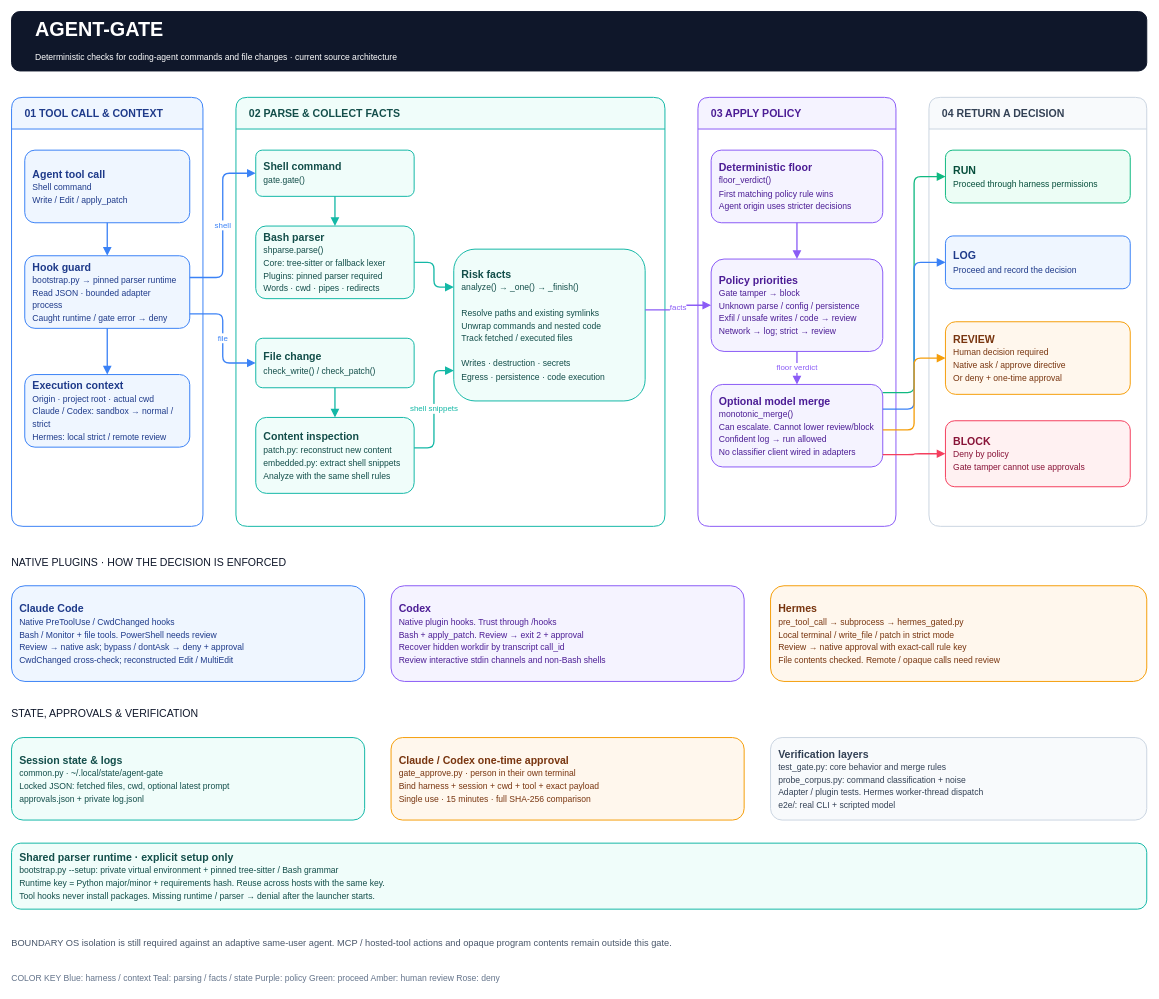
Before: agent-gate-architecture.drawio in subhashdasyam/agent-gate, a draw.io diagram. Source tidied: cells renumbered, new cells numbered last; positions are measured from the earlier drawing's top-left corner, leaving out a move shared by most shapes. Both pictures are drawn from the tidied source at 66%, with x=0, y=0 at pixel (11, 11).
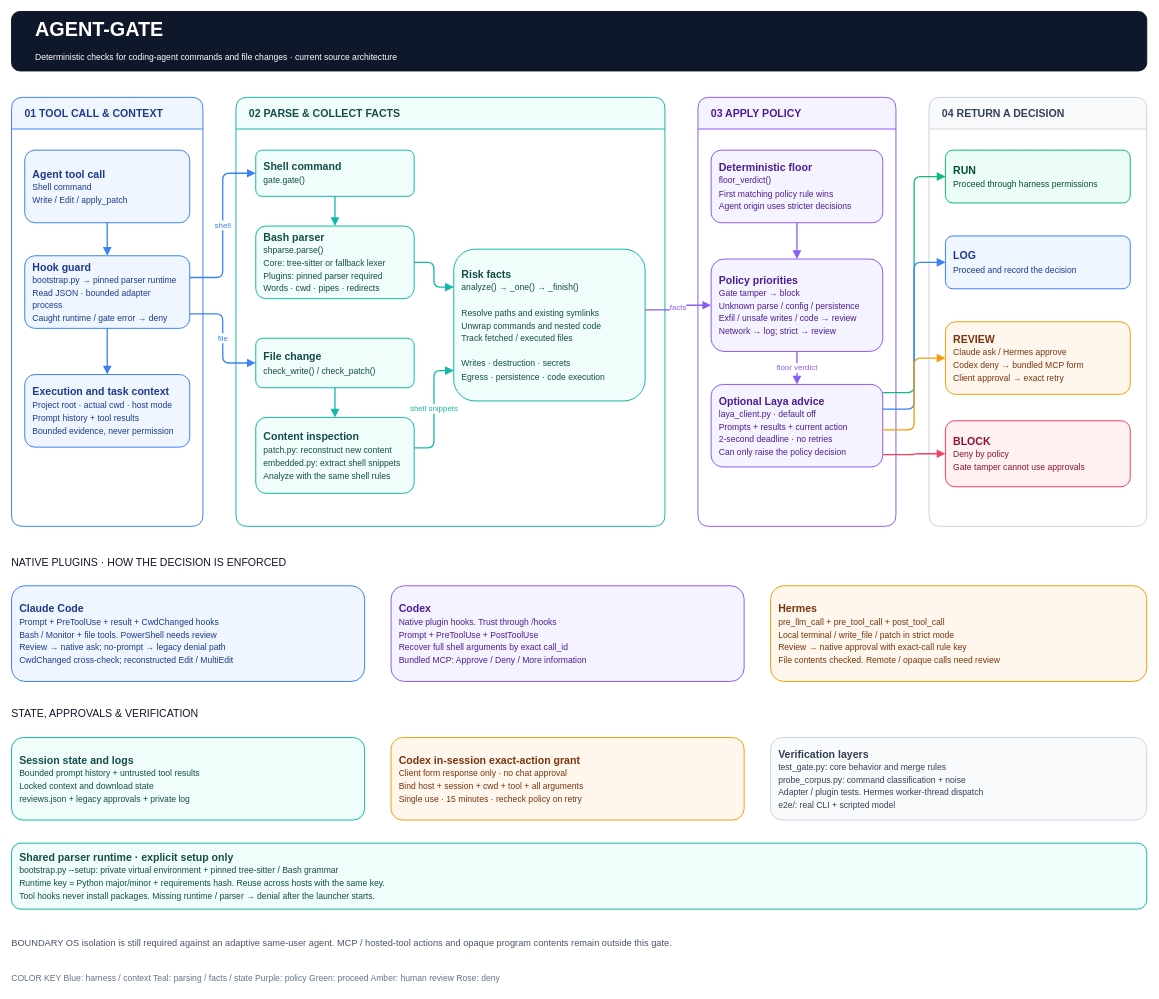
The same diagram, later.

The change refers to these unchanged cells:
```xml
<mxCell id="3" value="01   TOOL CALL &amp; CONTEXT" style="swimlane;horizontal=1;startSize=48;rounded=1;arcSize=12;html=1;fontFamily=Helvetica;fontSize=16;fontStyle=1;align=left;spacingLeft=18;fillColor=#EFF6FF;swimlaneFillColor=#FFFFFF;strokeColor=#3B82F6;fontColor=#1E3A8A;strokeWidth=1.5;" parent="1" vertex="1">
  <mxGeometry y="130" width="290" height="650" as="geometry" />
</mxCell>
<mxCell id="5" value="03   APPLY POLICY" style="swimlane;horizontal=1;startSize=48;rounded=1;arcSize=12;html=1;fontFamily=Helvetica;fontSize=16;fontStyle=1;align=left;spacingLeft=18;fillColor=#F5F3FF;swimlaneFillColor=#FFFFFF;strokeColor=#8B5CF6;fontColor=#4C1D95;strokeWidth=1.5;" parent="1" vertex="1">
  <mxGeometry x="1040" y="130" width="300" height="650" as="geometry" />
</mxCell>
<mxCell id="6" value="04   RETURN A DECISION" style="swimlane;horizontal=1;startSize=48;rounded=1;arcSize=12;html=1;fontFamily=Helvetica;fontSize=16;fontStyle=1;align=left;spacingLeft=18;fillColor=#F8FAFC;swimlaneFillColor=#FFFFFF;strokeColor=#CBD5E1;fontColor=#334155;strokeWidth=1.5;" parent="1" vertex="1">
  <mxGeometry x="1390" y="130" width="330" height="650" as="geometry" />
</mxCell>
```

Change to the diagram source:
```diff
@@
-    <mxCell id="9" value="&lt;b&gt;Execution context&lt;/b&gt;&lt;br&gt;&lt;font style=&quot;font-size:13px&quot;&gt;Origin · project root · actual cwd&lt;br&gt;Claude / Codex: sandbox → normal / strict&lt;br&gt;Hermes: local strict / remote review&lt;/font&gt;" style="rounded=1;arcSize=14;whiteSpace=wrap;html=1;fontFamily=Helvetica;fontSize=16;fillColor=#EFF6FF;strokeColor=#3B82F6;fontColor=#1E3A8A;strokeWidth=1.5;spacing=12;align=left;verticalAlign=middle;" parent="3" vertex="1">
+    <mxCell id="9" value="&lt;b&gt;Execution and task context&lt;/b&gt;&lt;br&gt;&lt;font style=&quot;font-size:13px&quot;&gt;Project root · actual cwd · host mode&lt;br&gt;Prompt history + tool results&lt;br&gt;Bounded evidence, never permission&lt;/font&gt;" style="rounded=1;arcSize=14;whiteSpace=wrap;html=1;fontFamily=Helvetica;fontSize=16;fillColor=#EFF6FF;strokeColor=#3B82F6;fontColor=#1E3A8A;strokeWidth=1.5;spacing=12;align=left;verticalAlign=middle;" parent="3" vertex="1">
       <mxGeometry x="20" y="420" width="250" height="110" as="geometry" />
     </mxCell>
@@
-    <mxCell id="17" value="&lt;b&gt;Optional model merge&lt;/b&gt;&lt;br&gt;&lt;font style=&quot;font-size:13px&quot;&gt;monotonic_merge()&lt;br&gt;Can escalate. Cannot lower review/block&lt;br&gt;Confident log → run allowed&lt;br&gt;No classifier client wired in adapters&lt;/font&gt;" style="rounded=1;arcSize=14;whiteSpace=wrap;html=1;fontFamily=Helvetica;fontSize=16;fillColor=#F5F3FF;strokeColor=#8B5CF6;fontColor=#4C1D95;strokeWidth=1.5;spacing=12;align=left;verticalAlign=middle;" parent="5" vertex="1">
+    <mxCell id="17" value="&lt;b&gt;Optional Laya advice&lt;/b&gt;&lt;br&gt;&lt;font style=&quot;font-size:13px&quot;&gt;laya_client.py · default off&lt;br&gt;Prompts + results + current action&lt;br&gt;2-second deadline · no retries&lt;br&gt;Can only raise the policy decision&lt;/font&gt;" style="rounded=1;arcSize=14;whiteSpace=wrap;html=1;fontFamily=Helvetica;fontSize=16;fillColor=#F5F3FF;strokeColor=#8B5CF6;fontColor=#4C1D95;strokeWidth=1.5;spacing=12;align=left;verticalAlign=middle;" parent="5" vertex="1">
       <mxGeometry x="20" y="435" width="260" height="125" as="geometry" />
     </mxCell>
@@
-    <mxCell id="20" value="&lt;b&gt;REVIEW&lt;/b&gt;&lt;br&gt;&lt;font style=&quot;font-size:13px&quot;&gt;Human decision required&lt;br&gt;Native ask / approve directive&lt;br&gt;Or deny + one-time approval&lt;/font&gt;" style="rounded=1;arcSize=14;whiteSpace=wrap;html=1;fontFamily=Helvetica;fontSize=16;fillColor=#FFF7ED;strokeColor=#F59E0B;fontColor=#78350F;strokeWidth=1.5;spacing=12;align=left;verticalAlign=middle;" parent="6" vertex="1">
+    <mxCell id="20" value="&lt;b&gt;REVIEW&lt;/b&gt;&lt;br&gt;&lt;font style=&quot;font-size:13px&quot;&gt;Claude ask / Hermes approve&lt;br&gt;Codex deny → bundled MCP form&lt;br&gt;Client approval → exact retry&lt;/font&gt;" style="rounded=1;arcSize=14;whiteSpace=wrap;html=1;fontFamily=Helvetica;fontSize=16;fillColor=#FFF7ED;strokeColor=#F59E0B;fontColor=#78350F;strokeWidth=1.5;spacing=12;align=left;verticalAlign=middle;" parent="6" vertex="1">
       <mxGeometry x="25" y="340" width="280" height="110" as="geometry" />
     </mxCell>
@@
-    <mxCell id="38" value="&lt;b&gt;Claude Code&lt;/b&gt;&lt;br&gt;&lt;font style=&quot;font-size:13px&quot;&gt;Native PreToolUse / CwdChanged hooks&lt;br&gt;Bash / Monitor + file tools. PowerShell needs review&lt;br&gt;Review → native ask; bypass / dontAsk → deny + approval&lt;br&gt;CwdChanged cross-check; reconstructed Edit / MultiEdit&lt;/font&gt;" style="rounded=1;arcSize=14;whiteSpace=wrap;html=1;fontFamily=Helvetica;fontSize=16;fillColor=#EFF6FF;strokeColor=#3B82F6;fontColor=#1E3A8A;strokeWidth=1.5;spacing=12;align=left;verticalAlign=middle;" parent="1" vertex="1">
+    <mxCell id="38" value="&lt;b&gt;Claude Code&lt;/b&gt;&lt;br&gt;&lt;font style=&quot;font-size:13px&quot;&gt;Prompt + PreToolUse + result + CwdChanged hooks&lt;br&gt;Bash / Monitor + file tools. PowerShell needs review&lt;br&gt;Review → native ask; no-prompt → legacy denial path&lt;br&gt;CwdChanged cross-check; reconstructed Edit / MultiEdit&lt;/font&gt;" style="rounded=1;arcSize=14;whiteSpace=wrap;html=1;fontFamily=Helvetica;fontSize=16;fillColor=#EFF6FF;strokeColor=#3B82F6;fontColor=#1E3A8A;strokeWidth=1.5;spacing=12;align=left;verticalAlign=middle;" parent="1" vertex="1">
       <mxGeometry y="870" width="535" height="145" as="geometry" />
     </mxCell>
-    <mxCell id="39" value="&lt;b&gt;Codex&lt;/b&gt;&lt;br&gt;&lt;font style=&quot;font-size:13px&quot;&gt;Native plugin hooks. Trust through /hooks&lt;br&gt;Bash + apply_patch. Review → exit 2 + approval&lt;br&gt;Recover hidden workdir by transcript call_id&lt;br&gt;Review interactive stdin channels and non-Bash shells&lt;/font&gt;" style="rounded=1;arcSize=14;whiteSpace=wrap;html=1;fontFamily=Helvetica;fontSize=16;fillColor=#F5F3FF;strokeColor=#8B5CF6;fontColor=#4C1D95;strokeWidth=1.5;spacing=12;align=left;verticalAlign=middle;" parent="1" vertex="1">
+    <mxCell id="39" value="&lt;b&gt;Codex&lt;/b&gt;&lt;br&gt;&lt;font style=&quot;font-size:13px&quot;&gt;Native plugin hooks. Trust through /hooks&lt;br&gt;Prompt + PreToolUse + PostToolUse&lt;br&gt;Recover full shell arguments by exact call_id&lt;br&gt;Bundled MCP: Approve / Deny / More information&lt;/font&gt;" style="rounded=1;arcSize=14;whiteSpace=wrap;html=1;fontFamily=Helvetica;fontSize=16;fillColor=#F5F3FF;strokeColor=#8B5CF6;fontColor=#4C1D95;strokeWidth=1.5;spacing=12;align=left;verticalAlign=middle;" parent="1" vertex="1">
       <mxGeometry x="575" y="870" width="535" height="145" as="geometry" />
     </mxCell>
-    <mxCell id="40" value="&lt;b&gt;Hermes&lt;/b&gt;&lt;br&gt;&lt;font style=&quot;font-size:13px&quot;&gt;pre_tool_call → subprocess → hermes_gated.py&lt;br&gt;Local terminal / write_file / patch in strict mode&lt;br&gt;Review → native approval with exact-call rule key&lt;br&gt;File contents checked. Remote / opaque calls need review&lt;/font&gt;" style="rounded=1;arcSize=14;whiteSpace=wrap;html=1;fontFamily=Helvetica;fontSize=16;fillColor=#FFF7ED;strokeColor=#F59E0B;fontColor=#78350F;strokeWidth=1.5;spacing=12;align=left;verticalAlign=middle;" parent="1" vertex="1">
+    <mxCell id="40" value="&lt;b&gt;Hermes&lt;/b&gt;&lt;br&gt;&lt;font style=&quot;font-size:13px&quot;&gt;pre_llm_call + pre_tool_call + post_tool_call&lt;br&gt;Local terminal / write_file / patch in strict mode&lt;br&gt;Review → native approval with exact-call rule key&lt;br&gt;File contents checked. Remote / opaque calls need review&lt;/font&gt;" style="rounded=1;arcSize=14;whiteSpace=wrap;html=1;fontFamily=Helvetica;fontSize=16;fillColor=#FFF7ED;strokeColor=#F59E0B;fontColor=#78350F;strokeWidth=1.5;spacing=12;align=left;verticalAlign=middle;" parent="1" vertex="1">
       <mxGeometry x="1150" y="870" width="570" height="145" as="geometry" />
     </mxCell>
@@
-    <mxCell id="42" value="&lt;b&gt;Session state &amp; logs&lt;/b&gt;&lt;br&gt;&lt;font style=&quot;font-size:13px&quot;&gt;common.py · ~/.local/state/agent-gate&lt;br&gt;Locked JSON: fetched files, cwd, optional latest prompt&lt;br&gt;approvals.json + private log.jsonl&lt;/font&gt;" style="rounded=1;arcSize=14;whiteSpace=wrap;html=1;fontFamily=Helvetica;fontSize=16;fillColor=#F0FDFA;strokeColor=#14B8A6;fontColor=#134E4A;strokeWidth=1.5;spacing=12;align=left;verticalAlign=middle;" parent="1" vertex="1">
+    <mxCell id="42" value="&lt;b&gt;Session state and logs&lt;/b&gt;&lt;br&gt;&lt;font style=&quot;font-size:13px&quot;&gt;Bounded prompt history + untrusted tool results&lt;br&gt;Locked context and download state&lt;br&gt;reviews.json + legacy approvals + private log&lt;/font&gt;" style="rounded=1;arcSize=14;whiteSpace=wrap;html=1;fontFamily=Helvetica;fontSize=16;fillColor=#F0FDFA;strokeColor=#14B8A6;fontColor=#134E4A;strokeWidth=1.5;spacing=12;align=left;verticalAlign=middle;" parent="1" vertex="1">
       <mxGeometry y="1100" width="535" height="125" as="geometry" />
     </mxCell>
-    <mxCell id="43" value="&lt;b&gt;Claude / Codex one-time approval&lt;/b&gt;&lt;br&gt;&lt;font style=&quot;font-size:13px&quot;&gt;gate_approve.py · person in their own terminal&lt;br&gt;Bind harness + session + cwd + tool + exact payload&lt;br&gt;Single use · 15 minutes · full SHA-256 comparison&lt;/font&gt;" style="rounded=1;arcSize=14;whiteSpace=wrap;html=1;fontFamily=Helvetica;fontSize=16;fillColor=#FFF7ED;strokeColor=#F59E0B;fontColor=#78350F;strokeWidth=1.5;spacing=12;align=left;verticalAlign=middle;" parent="1" vertex="1">
+    <mxCell id="43" value="&lt;b&gt;Codex in-session exact-action grant&lt;/b&gt;&lt;br&gt;&lt;font style=&quot;font-size:13px&quot;&gt;Client form response only · no chat approval&lt;br&gt;Bind host + session + cwd + tool + all arguments&lt;br&gt;Single use · 15 minutes · recheck policy on retry&lt;/font&gt;" style="rounded=1;arcSize=14;whiteSpace=wrap;html=1;fontFamily=Helvetica;fontSize=16;fillColor=#FFF7ED;strokeColor=#F59E0B;fontColor=#78350F;strokeWidth=1.5;spacing=12;align=left;verticalAlign=middle;" parent="1" vertex="1">
       <mxGeometry x="575" y="1100" width="535" height="125" as="geometry" />
     </mxCell>
```
